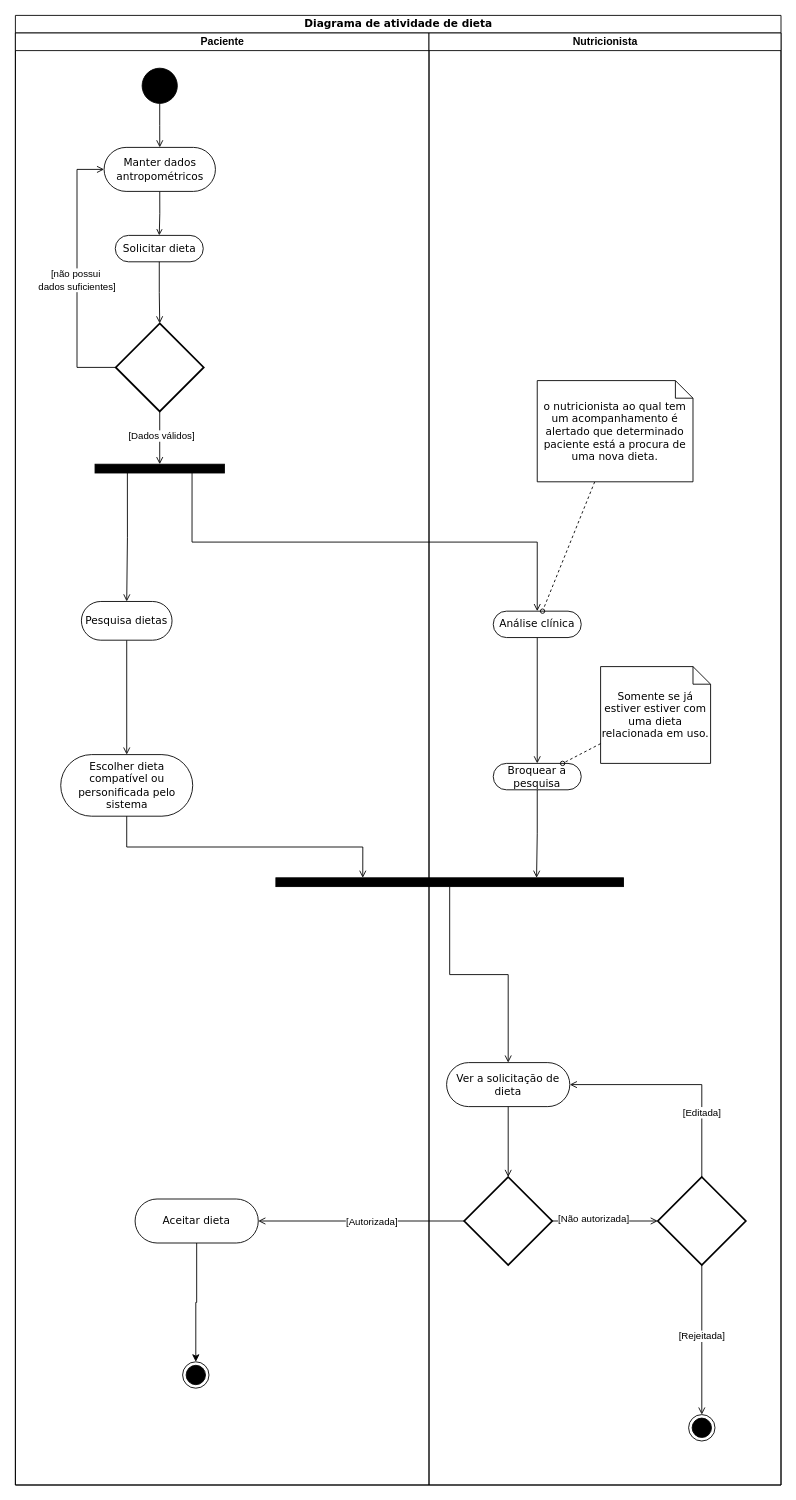
Earlier version of the draw.io diagram diagrama_de_atividade_3.drawio (ProjetoDelimeterSite/DelimeterDocumantacao). Source tidied: cells renumbered, new cells numbered last; positions are measured from the earlier drawing's top-left corner, leaving out a move shared by most shapes. Both pictures are drawn from the tidied source at 88%, with x=0, y=0 at pixel (15, 15).
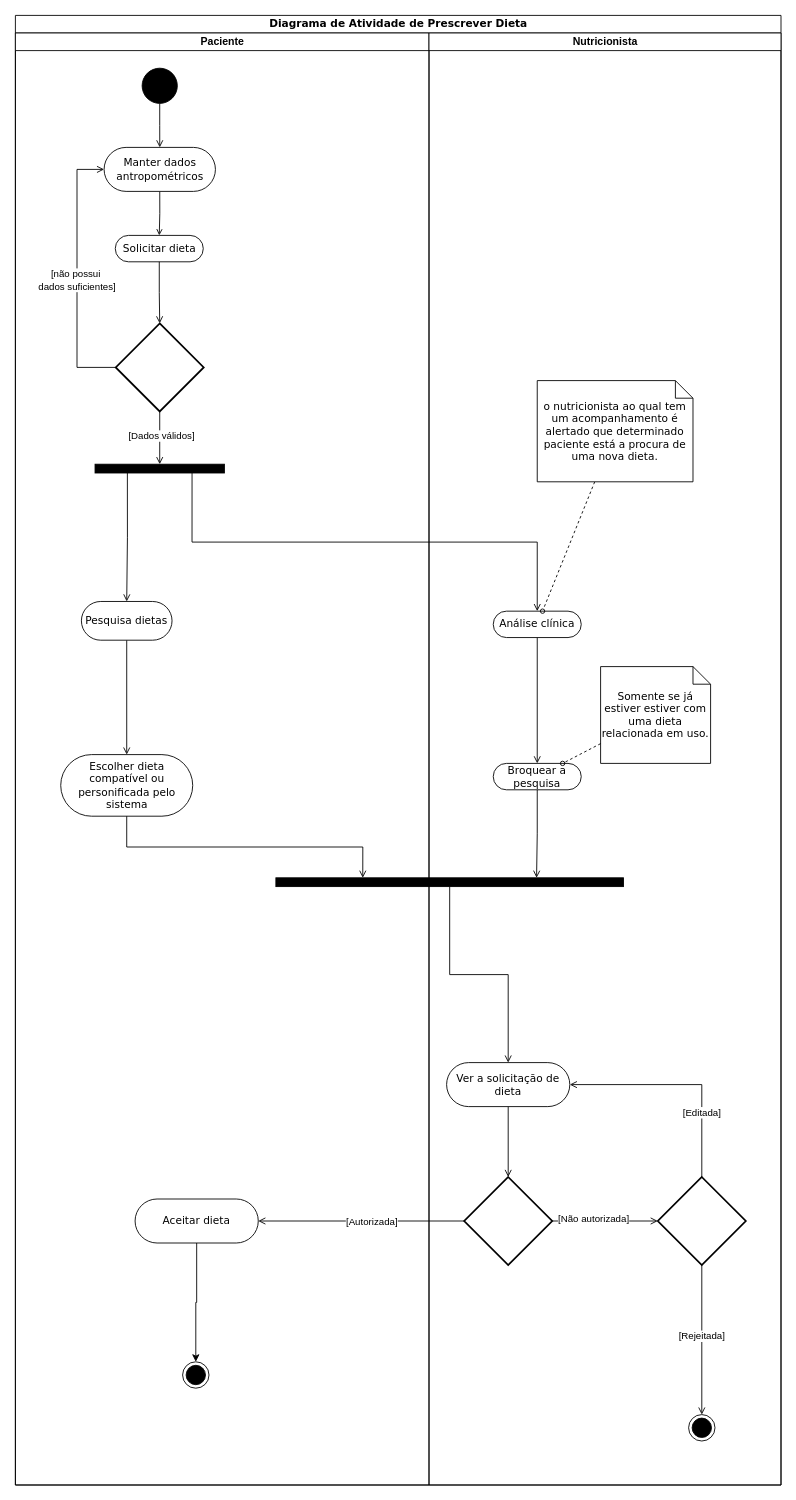
After the change.

What changed in the source:
```diff
@@
-    <mxCell id="2" value="Diagrama de atividade de dieta" style="swimlane;html=1;startSize=20;rounded=0;shadow=0;comic=0;labelBackgroundColor=none;strokeWidth=1;fontFamily=Verdana;fontSize=12;align=center;" parent="1" vertex="1">
+    <mxCell id="2" value="Diagrama de Atividade de Prescrever Dieta" style="swimlane;html=1;startSize=20;rounded=0;shadow=0;comic=0;labelBackgroundColor=none;strokeWidth=1;fontFamily=Verdana;fontSize=12;align=center;" parent="1" vertex="1">
       <mxGeometry width="870" height="1670" as="geometry" />
     </mxCell>
```
